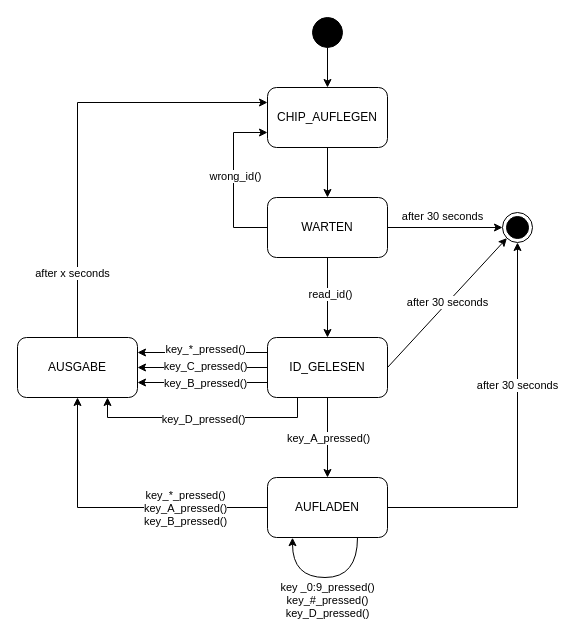
Earlier version of the draw.io diagram design/StatePattern.drawio (lukas-honold/BudeRFID). Source tidied: cells renumbered, new cells numbered last; positions are measured from the earlier drawing's top-left corner, leaving out a move shared by most shapes. Both pictures are drawn from the tidied source at 100%, with x=0, y=0 at pixel (17, 17).
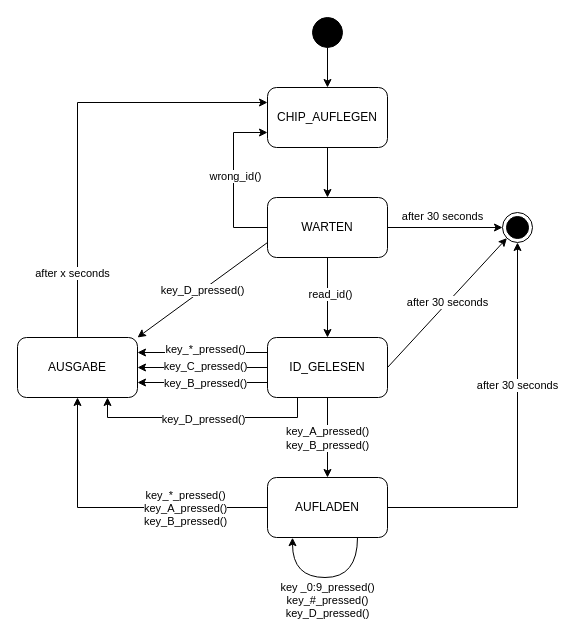
Above is the later version.

Commit message:
state diagram updatet

Unchanged cells that the change refers to:
```xml
<mxCell id="10" value="WARTEN" style="rounded=1;whiteSpace=wrap;html=1;" parent="1" vertex="1">
  <mxGeometry x="250" y="180" width="120" height="60" as="geometry" />
</mxCell>
<mxCell id="24" value="ID_GELESEN" style="rounded=1;whiteSpace=wrap;html=1;" parent="1" vertex="1">
  <mxGeometry x="250" y="320" width="120" height="60" as="geometry" />
</mxCell>
<mxCell id="30" value="AUFLADEN" style="rounded=1;whiteSpace=wrap;html=1;" parent="1" vertex="1">
  <mxGeometry x="250" y="460" width="120" height="60" as="geometry" />
</mxCell>
<mxCell id="35" value="AUSGABE" style="rounded=1;whiteSpace=wrap;html=1;" parent="1" vertex="1">
  <mxGeometry y="320" width="120" height="60" as="geometry" />
</mxCell>
```

What changed in the source:
```diff
@@
+    <mxCell id="36" value="key_D_pressed()" style="rounded=0;jettySize=auto;html=1;exitX=0;exitY=0.75;exitDx=0;exitDy=0;entryX=1;entryY=0;entryDx=0;entryDy=0;" parent="1" edge="1" source="10" target="35">
+      <mxGeometry x="0.01" relative="1" as="geometry" />
+    </mxCell>
@@
-    <mxCell id="13" style="edgeStyle=none;rounded=0;jettySize=auto;html=1;exitX=0.5;exitY=1;exitDx=0;exitDy=0;" parent="1" edge="1" source="24" target="30">
-      <mxGeometry relative="1" as="geometry" />
+    <mxCell id="13" value="key_A_pressed()&lt;br&gt;key_B_pressed()" style="edgeStyle=none;rounded=0;jettySize=auto;html=1;exitX=0.5;exitY=1;exitDx=0;exitDy=0;entryX=0.5;entryY=0;entryDx=0;entryDy=0;" parent="1" edge="1" source="24" target="30">
+      <mxGeometry x="0.03" relative="1" as="geometry" />
     </mxCell>
-    <mxCell id="14" value="key_A_pressed()" style="edgeLabel;html=1;align=center;verticalAlign=middle;" parent="13" vertex="1">
-      <mxGeometry x="-0.23" y="1" relative="1" as="geometry">
-        <mxPoint x="-1" y="9" as="offset" />
-      </mxGeometry>
-    </mxCell>
```
